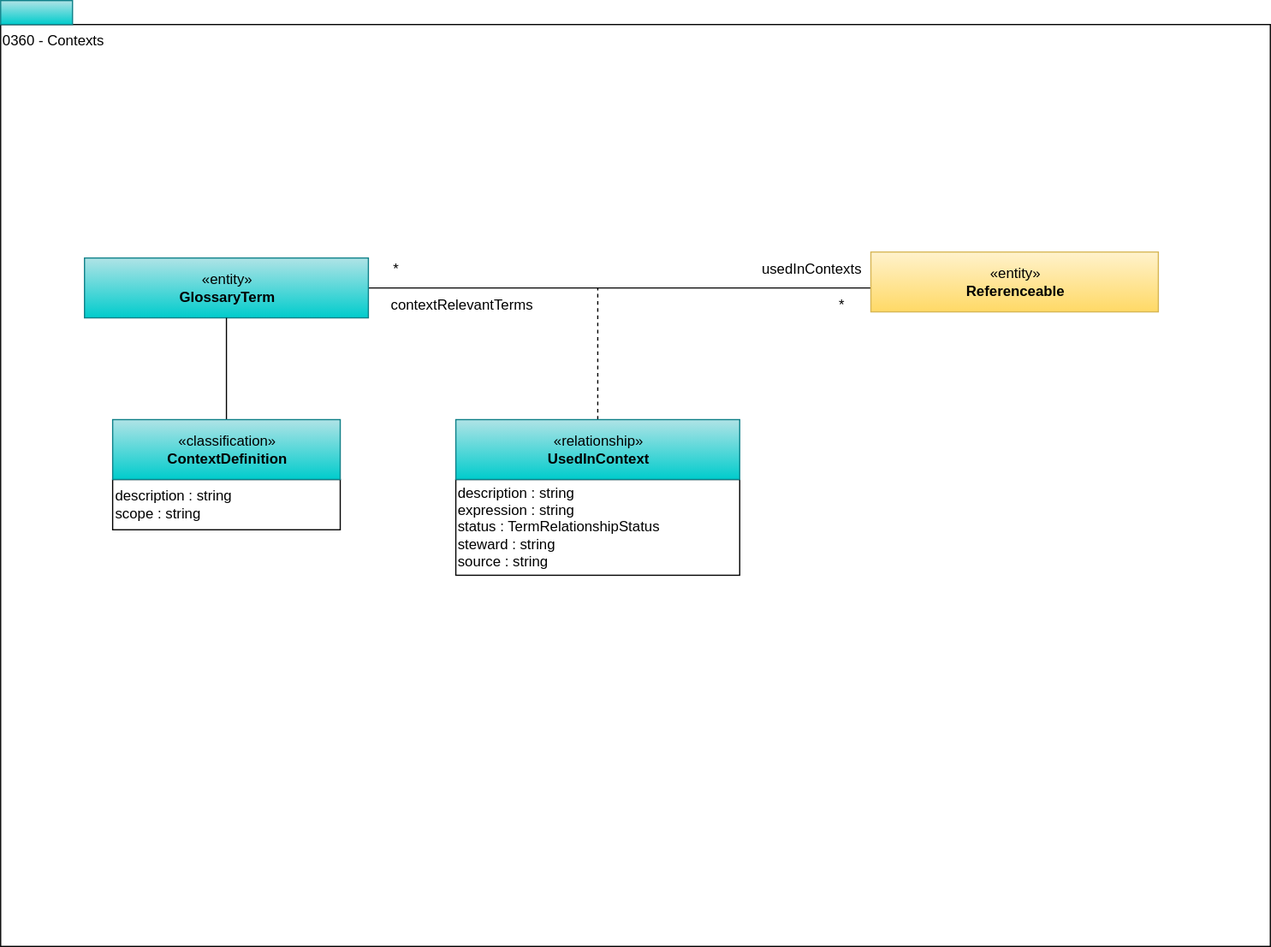
odpi/egeria-docs keeps this draw.io diagram as site/docs/types/3/0360-Contexts.svg. Above is the earlier version. Source tidied: cells renumbered, new cells last; positions are measured from the earlier drawing's top-left corner, leaving out a move shared by most shapes. Source of this version:
```xml
<mxGraphModel>
  <root>
    <mxCell id="0" />
    <mxCell id="1" parent="0" />
    <mxCell id="2" value="0360 - Contexts" style="rounded=0;whiteSpace=wrap;html=1;align=left;verticalAlign=top;" parent="1" vertex="1">
      <mxGeometry y="20" width="1060" height="770" as="geometry" />
    </mxCell>
    <mxCell id="3" style="rounded=0;whiteSpace=wrap;html=1;align=left;fillColor=#b0e3e6;strokeColor=#0e8088;gradientColor=#00CCCC;" parent="1" vertex="1">
      <mxGeometry width="60" height="20" as="geometry" />
    </mxCell>
    <mxCell id="4" value="description : string&lt;br&gt;expression : string&lt;br&gt;status : TermRelationshipStatus&lt;br&gt;steward : string&lt;br&gt;source : string" style="rounded=0;whiteSpace=wrap;html=1;strokeColor=#000000;gradientColor=#ffffff;align=left;" parent="1" vertex="1">
      <mxGeometry x="380" y="400" width="237" height="80" as="geometry" />
    </mxCell>
    <mxCell id="5" style="edgeStyle=orthogonalEdgeStyle;rounded=0;jettySize=auto;html=1;endArrow=none;endFill=0;dashed=1;" parent="1" edge="1" source="6">
      <mxGeometry relative="1" as="geometry">
        <mxPoint x="498.5" y="240" as="targetPoint" />
      </mxGeometry>
    </mxCell>
    <mxCell id="6" value="«relationship»&lt;br&gt;&lt;b&gt;UsedInContext&lt;/b&gt;" style="html=1;strokeColor=#0e8088;align=center;fillColor=#b0e3e6;gradientColor=#00CCCC;" parent="1" vertex="1">
      <mxGeometry x="380" y="350" width="237" height="50" as="geometry" />
    </mxCell>
    <mxCell id="7" style="edgeStyle=orthogonalEdgeStyle;rounded=0;jettySize=auto;html=1;endArrow=none;endFill=0;" parent="1" edge="1" source="8">
      <mxGeometry relative="1" as="geometry">
        <mxPoint x="726.5" y="240" as="targetPoint" />
      </mxGeometry>
    </mxCell>
    <mxCell id="8" value="«entity»&lt;br&gt;&lt;b&gt;GlossaryTerm&lt;/b&gt;" style="html=1;strokeColor=#0e8088;align=center;fillColor=#b0e3e6;gradientColor=#00CCCC;" parent="1" vertex="1">
      <mxGeometry x="70" y="215" width="237" height="50" as="geometry" />
    </mxCell>
    <mxCell id="9" value="contextRelevantTerms" style="text;html=1;align=center;verticalAlign=middle;" parent="1" vertex="1">
      <mxGeometry x="320" y="245" width="130" height="20" as="geometry" />
    </mxCell>
    <mxCell id="10" value="usedInContexts" style="text;html=1;align=center;verticalAlign=middle;" parent="1" vertex="1">
      <mxGeometry x="626.5" y="215" width="100" height="20" as="geometry" />
    </mxCell>
    <mxCell id="11" value="*" style="text;html=1;align=center;verticalAlign=middle;" parent="1" vertex="1">
      <mxGeometry x="320" y="215" width="20" height="20" as="geometry" />
    </mxCell>
    <mxCell id="12" value="*" style="text;html=1;align=center;verticalAlign=middle;" parent="1" vertex="1">
      <mxGeometry x="691.5" y="245" width="20" height="20" as="geometry" />
    </mxCell>
    <mxCell id="13" value="description : string&lt;br&gt;scope : string&lt;br&gt;&lt;div style=&quot;text-align: left&quot;&gt;&lt;/div&gt;" style="rounded=0;whiteSpace=wrap;html=1;strokeColor=#000000;gradientColor=#ffffff;align=left;" parent="1" vertex="1">
      <mxGeometry x="93.5" y="400" width="190" height="42" as="geometry" />
    </mxCell>
    <mxCell id="14" style="edgeStyle=orthogonalEdgeStyle;rounded=0;jettySize=auto;html=1;exitX=0.5;exitY=0;exitDx=0;exitDy=0;endArrow=none;endFill=0;" parent="1" edge="1" source="15">
      <mxGeometry relative="1" as="geometry">
        <mxPoint x="188.5" y="265" as="targetPoint" />
      </mxGeometry>
    </mxCell>
    <mxCell id="15" value="«classification»&lt;br&gt;&lt;b&gt;ContextDefinition&lt;/b&gt;" style="html=1;strokeColor=#0e8088;align=center;fillColor=#b0e3e6;gradientColor=#00CCCC;" parent="1" vertex="1">
      <mxGeometry x="93.5" y="350" width="190" height="50" as="geometry" />
    </mxCell>
    <mxCell id="16" value="«entity»&lt;br&gt;&lt;b&gt;Referenceable&lt;/b&gt;" style="html=1;strokeColor=#d6b656;align=center;fillColor=#fff2cc;gradientColor=#ffd966;" parent="1" vertex="1">
      <mxGeometry x="726.5" y="210" width="240" height="50" as="geometry" />
    </mxCell>
  </root>
</mxGraphModel>
```
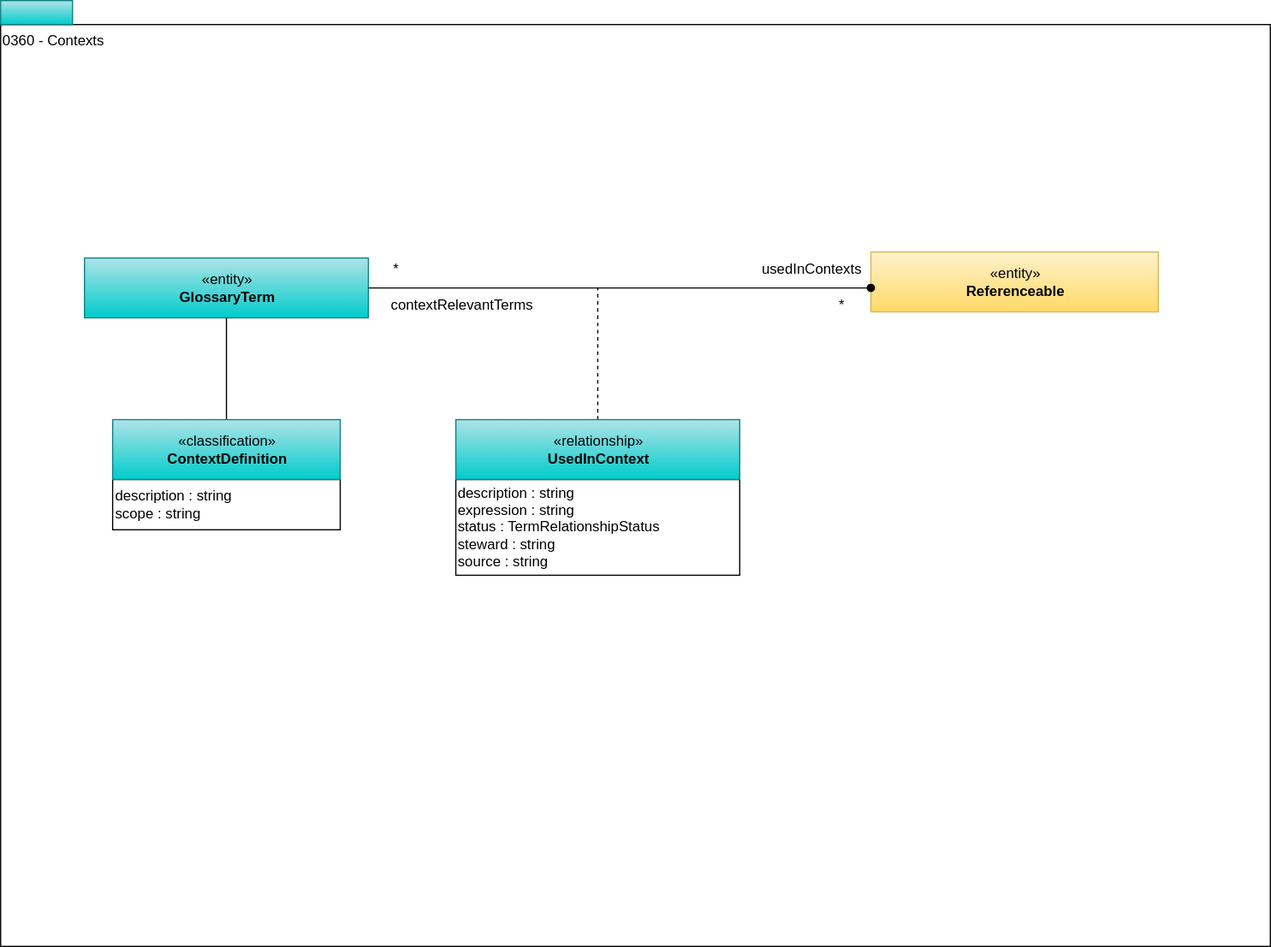
Later version of the same file.

What changed in the source:
```diff
@@ -19,39 +19,39 @@
     <mxCell id="6" value="«relationship»&lt;br&gt;&lt;b&gt;UsedInContext&lt;/b&gt;" style="html=1;strokeColor=#0e8088;align=center;fillColor=#b0e3e6;gradientColor=#00CCCC;" parent="1" vertex="1">
       <mxGeometry x="380" y="350" width="237" height="50" as="geometry" />
     </mxCell>
-    <mxCell id="7" style="edgeStyle=orthogonalEdgeStyle;rounded=0;jettySize=auto;html=1;endArrow=none;endFill=0;" parent="1" edge="1" source="8">
-      <mxGeometry relative="1" as="geometry">
-        <mxPoint x="726.5" y="240" as="targetPoint" />
-      </mxGeometry>
+    <mxCell id="7" value="«entity»&lt;br&gt;&lt;b&gt;GlossaryTerm&lt;/b&gt;" style="html=1;strokeColor=#0e8088;align=center;fillColor=#b0e3e6;gradientColor=#00CCCC;" parent="1" vertex="1">
+      <mxGeometry x="70" y="215" width="237" height="50" as="geometry" />
     </mxCell>
-    <mxCell id="8" value="«entity»&lt;br&gt;&lt;b&gt;GlossaryTerm&lt;/b&gt;" style="html=1;strokeColor=#0e8088;align=center;fillColor=#b0e3e6;gradientColor=#00CCCC;" parent="1" vertex="1">
-      <mxGeometry x="70" y="215" width="237" height="50" as="geometry" />
+    <mxCell id="8" value="contextRelevantTerms" style="text;html=1;align=center;verticalAlign=middle;points=[];" parent="1" vertex="1">
+      <mxGeometry x="320" y="245" width="130" height="20" as="geometry" />
     </mxCell>
-    <mxCell id="9" value="contextRelevantTerms" style="text;html=1;align=center;verticalAlign=middle;" parent="1" vertex="1">
-      <mxGeometry x="320" y="245" width="130" height="20" as="geometry" />
+    <mxCell id="9" value="usedInContexts" style="text;html=1;align=center;verticalAlign=middle;" parent="1" vertex="1">
+      <mxGeometry x="626.5" y="215" width="100" height="20" as="geometry" />
     </mxCell>
-    <mxCell id="10" value="usedInContexts" style="text;html=1;align=center;verticalAlign=middle;" parent="1" vertex="1">
-      <mxGeometry x="626.5" y="215" width="100" height="20" as="geometry" />
+    <mxCell id="10" value="*" style="text;html=1;align=center;verticalAlign=middle;" parent="1" vertex="1">
+      <mxGeometry x="320" y="215" width="20" height="20" as="geometry" />
     </mxCell>
     <mxCell id="11" value="*" style="text;html=1;align=center;verticalAlign=middle;" parent="1" vertex="1">
-      <mxGeometry x="320" y="215" width="20" height="20" as="geometry" />
+      <mxGeometry x="691.5" y="245" width="20" height="20" as="geometry" />
     </mxCell>
-    <mxCell id="12" value="*" style="text;html=1;align=center;verticalAlign=middle;" parent="1" vertex="1">
-      <mxGeometry x="691.5" y="245" width="20" height="20" as="geometry" />
+    <mxCell id="12" value="description : string&lt;br&gt;scope : string&lt;br&gt;&lt;div style=&quot;text-align: left&quot;&gt;&lt;/div&gt;" style="rounded=0;whiteSpace=wrap;html=1;strokeColor=#000000;gradientColor=#ffffff;align=left;" parent="1" vertex="1">
+      <mxGeometry x="93.5" y="400" width="190" height="42" as="geometry" />
     </mxCell>
-    <mxCell id="13" value="description : string&lt;br&gt;scope : string&lt;br&gt;&lt;div style=&quot;text-align: left&quot;&gt;&lt;/div&gt;" style="rounded=0;whiteSpace=wrap;html=1;strokeColor=#000000;gradientColor=#ffffff;align=left;" parent="1" vertex="1">
-      <mxGeometry x="93.5" y="400" width="190" height="42" as="geometry" />
+    <mxCell id="13" style="edgeStyle=orthogonalEdgeStyle;rounded=0;jettySize=auto;html=1;exitX=0.5;exitY=0;exitDx=0;exitDy=0;endArrow=none;endFill=0;" parent="1" edge="1" source="14">
+      <mxGeometry relative="1" as="geometry">
+        <mxPoint x="188.5" y="265" as="targetPoint" />
+      </mxGeometry>
     </mxCell>
-    <mxCell id="14" style="edgeStyle=orthogonalEdgeStyle;rounded=0;jettySize=auto;html=1;exitX=0.5;exitY=0;exitDx=0;exitDy=0;endArrow=none;endFill=0;" parent="1" edge="1" source="15">
-      <mxGeometry relative="1" as="geometry">
-        <mxPoint x="188.5" y="265" as="targetPoint" />
-      </mxGeometry>
+    <mxCell id="14" value="«classification»&lt;br&gt;&lt;b&gt;ContextDefinition&lt;/b&gt;" style="html=1;strokeColor=#0e8088;align=center;fillColor=#b0e3e6;gradientColor=#00CCCC;" parent="1" vertex="1">
+      <mxGeometry x="93.5" y="350" width="190" height="50" as="geometry" />
     </mxCell>
-    <mxCell id="15" value="«classification»&lt;br&gt;&lt;b&gt;ContextDefinition&lt;/b&gt;" style="html=1;strokeColor=#0e8088;align=center;fillColor=#b0e3e6;gradientColor=#00CCCC;" parent="1" vertex="1">
-      <mxGeometry x="93.5" y="350" width="190" height="50" as="geometry" />
+    <mxCell id="15" value="«entity»&lt;br&gt;&lt;b&gt;Referenceable&lt;/b&gt;" style="html=1;strokeColor=#d6b656;align=center;fillColor=#fff2cc;gradientColor=#ffd966;" parent="1" vertex="1">
+      <mxGeometry x="726.5" y="210" width="240" height="50" as="geometry" />
     </mxCell>
-    <mxCell id="16" value="«entity»&lt;br&gt;&lt;b&gt;Referenceable&lt;/b&gt;" style="html=1;strokeColor=#d6b656;align=center;fillColor=#fff2cc;gradientColor=#ffd966;" parent="1" vertex="1">
-      <mxGeometry x="726.5" y="210" width="240" height="50" as="geometry" />
+    <mxCell id="16" style="edgeStyle=orthogonalEdgeStyle;rounded=0;jettySize=auto;html=1;endArrow=oval;endFill=1;" parent="1" edge="1" source="7">
+      <mxGeometry relative="1" as="geometry">
+        <mxPoint x="726.5" y="240" as="targetPoint" />
+      </mxGeometry>
     </mxCell>
   </root>
 </mxGraphModel>
```
